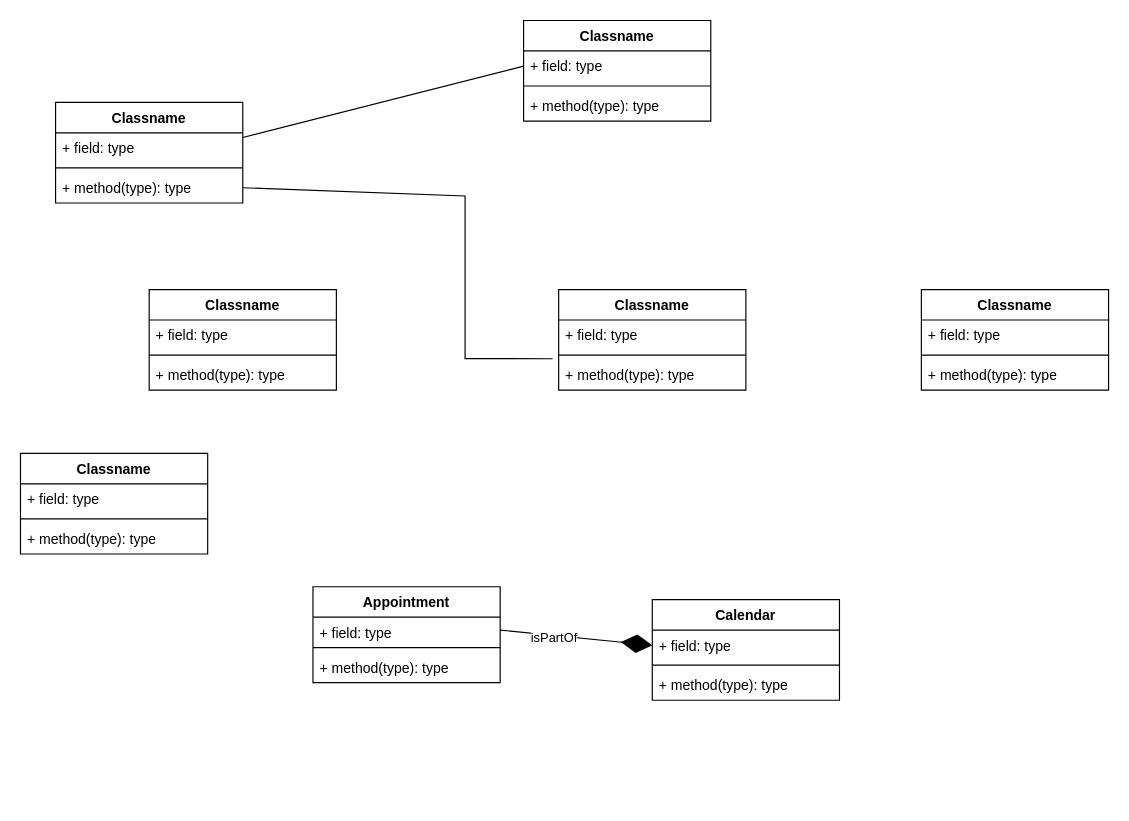
kkdotpy/Case-Diagram-IS3430 keeps this draw.io diagram as Tut-8.drawio. Above is the earlier version. Source tidied: cells renumbered, new cells numbered last; positions are measured from the earlier drawing's top-left corner, leaving out a move shared by most shapes. Both pictures are drawn from the tidied source at 117%, with x=0, y=0 at pixel (20, 20).
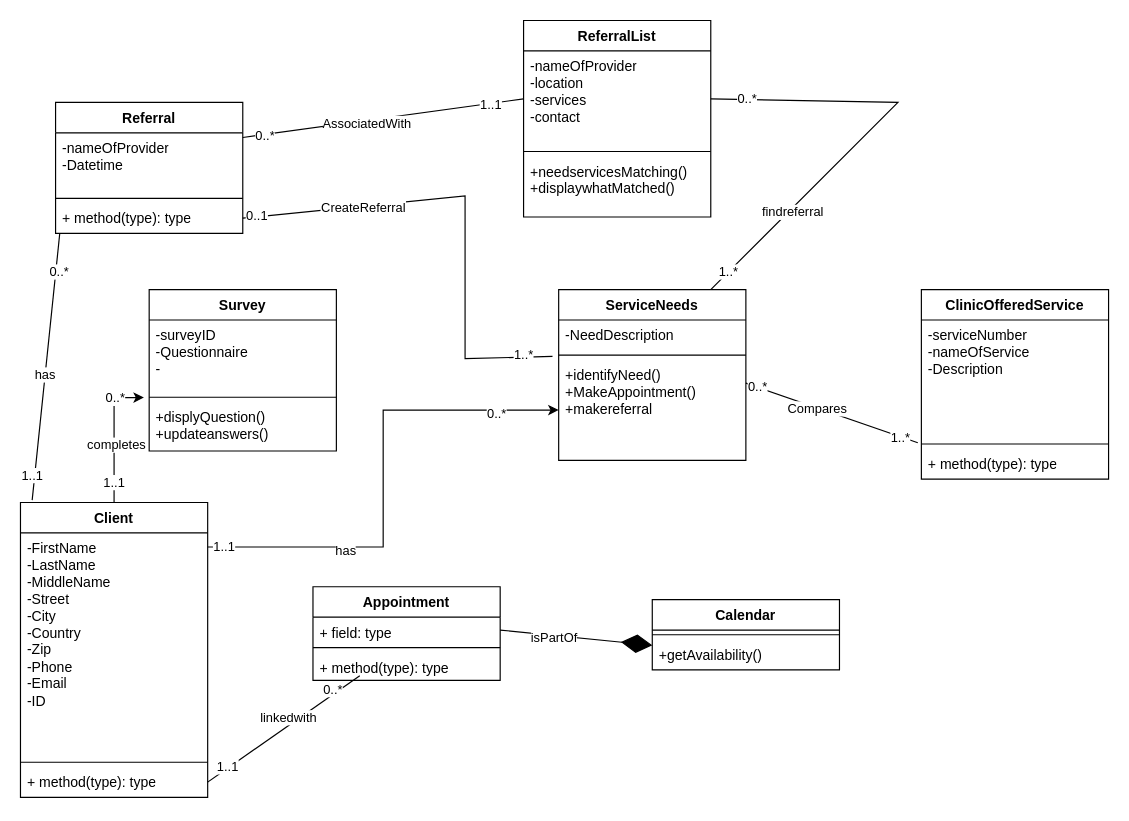
After the change.

The change refers to these unchanged cells:
```xml
<mxCell id="15" value="+ field: type" style="text;strokeColor=none;fillColor=none;align=left;verticalAlign=top;spacingLeft=4;spacingRight=4;overflow=hidden;points=[[0,0.5],[1,0.5]];portConstraint=eastwest;whiteSpace=wrap;html=1;" parent="14" vertex="1">
  <mxGeometry y="26" width="160" height="22" as="geometry" />
</mxCell>
<mxCell id="34" style="endArrow=none;html=1;rounded=0;entryX=0;entryY=0.5;entryDx=0;entryDy=0;" parent="1" edge="1" target="27">
  <mxGeometry relative="1" as="geometry">
    <mxPoint x="190" y="100" as="sourcePoint" />
  </mxGeometry>
</mxCell>
<mxCell id="35" style="endArrow=none;html=1;rounded=0;exitX=1;exitY=0.5;exitDx=0;exitDy=0;entryX=-0.033;entryY=-0.033;entryDx=0;entryDy=0;entryPerimeter=0;" parent="1" edge="1" source="5" target="21">
  <mxGeometry relative="1" as="geometry">
    <Array as="points">
      <mxPoint x="380" y="150" />
      <mxPoint x="380" y="289" />
    </Array>
  </mxGeometry>
</mxCell>
```

Diff of the diagram source:
```diff
@@
-    <mxCell id="2" value="Classname" style="swimlane;fontStyle=1;align=center;verticalAlign=top;horizontal=1;startSize=26;whiteSpace=wrap;html=1;" parent="1" vertex="1">
-      <mxGeometry x="30" y="70" width="160" height="86" as="geometry" />
+    <mxCell id="2" value="Referral" style="swimlane;fontStyle=1;align=center;verticalAlign=top;horizontal=1;startSize=26;whiteSpace=wrap;html=1;" parent="1" vertex="1">
+      <mxGeometry x="30" y="70" width="160" height="112" as="geometry" />
     </mxCell>
-    <mxCell id="3" value="+ field: type" style="text;strokeColor=none;fillColor=none;align=left;verticalAlign=top;spacingLeft=4;spacingRight=4;overflow=hidden;whiteSpace=wrap;html=1;" parent="2" vertex="1">
-      <mxGeometry y="26" width="160" height="26" as="geometry" />
+    <mxCell id="3" value="-nameOfProvider&lt;div&gt;-Datetime&lt;/div&gt;" style="text;strokeColor=none;fillColor=none;align=left;verticalAlign=top;spacingLeft=4;spacingRight=4;overflow=hidden;whiteSpace=wrap;html=1;" parent="2" vertex="1">
+      <mxGeometry y="26" width="160" height="52" as="geometry" />
     </mxCell>
     <mxCell id="4" style="line;strokeWidth=1;fillColor=none;align=left;verticalAlign=middle;spacingTop=-1;spacingLeft=3;spacingRight=3;labelPosition=right;strokeColor=inherit;" parent="2" vertex="1">
-      <mxGeometry y="52" width="160" height="8" as="geometry" />
+      <mxGeometry y="78" width="160" height="8" as="geometry" />
     </mxCell>
     <mxCell id="5" value="+ method(type): type" style="text;strokeColor=none;fillColor=none;align=left;verticalAlign=top;spacingLeft=4;spacingRight=4;overflow=hidden;points=[[0,0.5],[1,0.5]];portConstraint=eastwest;whiteSpace=wrap;html=1;" parent="2" vertex="1">
-      <mxGeometry y="60" width="160" height="26" as="geometry" />
+      <mxGeometry y="86" width="160" height="26" as="geometry" />
     </mxCell>
-    <mxCell id="6" value="Classname" style="swimlane;fontStyle=1;align=center;verticalAlign=top;horizontal=1;startSize=26;whiteSpace=wrap;html=1;" parent="1" vertex="1">
-      <mxGeometry x="110" y="230" width="160" height="86" as="geometry" />
+    <mxCell id="6" value="Survey" style="swimlane;fontStyle=1;align=center;verticalAlign=top;horizontal=1;startSize=26;whiteSpace=wrap;html=1;" parent="1" vertex="1">
+      <mxGeometry x="110" y="230" width="160" height="138" as="geometry" />
     </mxCell>
-    <mxCell id="7" value="+ field: type" style="text;strokeColor=none;fillColor=none;align=left;verticalAlign=top;spacingLeft=4;spacingRight=4;overflow=hidden;whiteSpace=wrap;html=1;" parent="6" vertex="1">
-      <mxGeometry y="26" width="160" height="26" as="geometry" />
+    <mxCell id="7" value="-surveyID&lt;div&gt;-Questionnaire&lt;/div&gt;&lt;div&gt;-&lt;/div&gt;" style="text;strokeColor=none;fillColor=none;align=left;verticalAlign=top;spacingLeft=4;spacingRight=4;overflow=hidden;whiteSpace=wrap;html=1;" parent="6" vertex="1">
+      <mxGeometry y="26" width="160" height="62" as="geometry" />
     </mxCell>
     <mxCell id="8" style="line;strokeWidth=1;fillColor=none;align=left;verticalAlign=middle;spacingTop=-1;spacingLeft=3;spacingRight=3;labelPosition=right;strokeColor=inherit;" parent="6" vertex="1">
-      <mxGeometry y="52" width="160" height="8" as="geometry" />
+      <mxGeometry y="88" width="160" height="8" as="geometry" />
     </mxCell>
-    <mxCell id="9" value="+ method(type): type" style="text;strokeColor=none;fillColor=none;align=left;verticalAlign=top;spacingLeft=4;spacingRight=4;overflow=hidden;points=[[0,0.5],[1,0.5]];portConstraint=eastwest;whiteSpace=wrap;html=1;" parent="6" vertex="1">
-      <mxGeometry y="60" width="160" height="26" as="geometry" />
+    <mxCell id="9" value="+displyQuestion()&lt;div&gt;+updateanswers()&lt;/div&gt;" style="text;strokeColor=none;fillColor=none;align=left;verticalAlign=top;spacingLeft=4;spacingRight=4;overflow=hidden;points=[[0,0.5],[1,0.5]];portConstraint=eastwest;whiteSpace=wrap;html=1;" parent="6" vertex="1">
+      <mxGeometry y="96" width="160" height="42" as="geometry" />
     </mxCell>
-    <mxCell id="10" value="Classname" style="swimlane;fontStyle=1;align=center;verticalAlign=top;horizontal=1;startSize=26;whiteSpace=wrap;html=1;" parent="1" vertex="1">
-      <mxGeometry y="370" width="160" height="86" as="geometry" />
+    <mxCell id="10" value="Client" style="swimlane;fontStyle=1;align=center;verticalAlign=top;horizontal=1;startSize=26;whiteSpace=wrap;html=1;" parent="1" vertex="1">
+      <mxGeometry y="412" width="160" height="252" as="geometry" />
     </mxCell>
-    <mxCell id="11" value="+ field: type" style="text;strokeColor=none;fillColor=none;align=left;verticalAlign=top;spacingLeft=4;spacingRight=4;overflow=hidden;points=[[0,0.5],[1,0.5]];portConstraint=eastwest;whiteSpace=wrap;html=1;" parent="10" vertex="1">
-      <mxGeometry y="26" width="160" height="26" as="geometry" />
+    <mxCell id="11" value="-FirstName&lt;div&gt;-LastName&lt;/div&gt;&lt;div&gt;-MiddleName&lt;/div&gt;&lt;div&gt;-Street&lt;/div&gt;&lt;div&gt;-City&lt;/div&gt;&lt;div&gt;-Country&lt;/div&gt;&lt;div&gt;-Zip&lt;/div&gt;&lt;div&gt;-Phone&lt;/div&gt;&lt;div&gt;-Email&lt;/div&gt;&lt;div&gt;-ID&lt;/div&gt;" style="text;strokeColor=none;fillColor=none;align=left;verticalAlign=top;spacingLeft=4;spacingRight=4;overflow=hidden;points=[[0,0.5],[1,0.5]];portConstraint=eastwest;whiteSpace=wrap;html=1;" parent="10" vertex="1">
+      <mxGeometry y="26" width="160" height="192" as="geometry" />
     </mxCell>
     <mxCell id="12" style="line;strokeWidth=1;fillColor=none;align=left;verticalAlign=middle;spacingTop=-1;spacingLeft=3;spacingRight=3;labelPosition=right;strokeColor=inherit;" parent="10" vertex="1">
-      <mxGeometry y="52" width="160" height="8" as="geometry" />
+      <mxGeometry y="218" width="160" height="8" as="geometry" />
     </mxCell>
     <mxCell id="13" value="+ method(type): type" style="text;strokeColor=none;fillColor=none;align=left;verticalAlign=top;spacingLeft=4;spacingRight=4;overflow=hidden;points=[[0,0.5],[1,0.5]];portConstraint=eastwest;whiteSpace=wrap;html=1;" parent="10" vertex="1">
-      <mxGeometry y="60" width="160" height="26" as="geometry" />
+      <mxGeometry y="226" width="160" height="26" as="geometry" />
     </mxCell>
     <mxCell id="14" value="Appointment" style="swimlane;fontStyle=1;align=center;verticalAlign=top;horizontal=1;startSize=26;whiteSpace=wrap;html=1;" parent="1" vertex="1">
-      <mxGeometry x="250" y="484" width="160" height="82" as="geometry" />
+      <mxGeometry x="250" y="484" width="160" height="80" as="geometry" />
     </mxCell>
@@
     <mxCell id="17" value="+ method(type): type" style="text;strokeColor=none;fillColor=none;align=left;verticalAlign=top;spacingLeft=4;spacingRight=4;overflow=hidden;whiteSpace=wrap;html=1;" parent="14" vertex="1">
-      <mxGeometry y="56" width="160" height="26" as="geometry" />
+      <mxGeometry y="56" width="160" height="24" as="geometry" />
     </mxCell>
-    <mxCell id="18" value="Classname" style="swimlane;fontStyle=1;align=center;verticalAlign=top;horizontal=1;startSize=26;whiteSpace=wrap;html=1;" parent="1" vertex="1">
-      <mxGeometry x="460" y="230" width="160" height="86" as="geometry" />
+    <mxCell id="18" value="ServiceNeeds" style="swimlane;fontStyle=1;align=center;verticalAlign=top;horizontal=1;startSize=26;whiteSpace=wrap;html=1;" parent="1" vertex="1">
+      <mxGeometry x="460" y="230" width="160" height="146" as="geometry" />
     </mxCell>
-    <mxCell id="19" value="+ field: type" style="text;strokeColor=none;fillColor=none;align=left;verticalAlign=top;spacingLeft=4;spacingRight=4;overflow=hidden;whiteSpace=wrap;html=1;" parent="18" vertex="1">
+    <mxCell id="19" value="-NeedDescription" style="text;strokeColor=none;fillColor=none;align=left;verticalAlign=top;spacingLeft=4;spacingRight=4;overflow=hidden;whiteSpace=wrap;html=1;" parent="18" vertex="1">
       <mxGeometry y="26" width="160" height="26" as="geometry" />
     </mxCell>
@@
-    <mxCell id="21" value="+ method(type): type" style="text;strokeColor=none;fillColor=none;align=left;verticalAlign=top;spacingLeft=4;spacingRight=4;overflow=hidden;points=[[0,0.5],[1,0.5]];portConstraint=eastwest;whiteSpace=wrap;html=1;" parent="18" vertex="1">
-      <mxGeometry y="60" width="160" height="26" as="geometry" />
+    <mxCell id="21" value="+identifyNeed()&lt;div&gt;+MakeAppointment()&lt;/div&gt;&lt;div&gt;+makereferral&lt;/div&gt;" style="text;strokeColor=none;fillColor=none;align=left;verticalAlign=top;spacingLeft=4;spacingRight=4;overflow=hidden;points=[[0,0.5],[1,0.5]];portConstraint=eastwest;whiteSpace=wrap;html=1;" parent="18" vertex="1">
+      <mxGeometry y="60" width="160" height="86" as="geometry" />
     </mxCell>
-    <mxCell id="22" value="Classname" style="swimlane;fontStyle=1;align=center;verticalAlign=top;horizontal=1;startSize=26;whiteSpace=wrap;html=1;" parent="1" vertex="1">
-      <mxGeometry x="770" y="230" width="160" height="86" as="geometry" />
+    <mxCell id="22" value="ClinicOfferedService" style="swimlane;fontStyle=1;align=center;verticalAlign=top;horizontal=1;startSize=26;whiteSpace=wrap;html=1;" parent="1" vertex="1">
+      <mxGeometry x="770" y="230" width="160" height="162" as="geometry" />
     </mxCell>
-    <mxCell id="23" value="+ field: type" style="text;strokeColor=none;fillColor=none;align=left;verticalAlign=top;spacingLeft=4;spacingRight=4;overflow=hidden;whiteSpace=wrap;html=1;" parent="22" vertex="1">
-      <mxGeometry y="26" width="160" height="26" as="geometry" />
+    <mxCell id="23" value="-serviceNumber&lt;div&gt;-nameOfService&lt;/div&gt;&lt;div&gt;-Description&lt;/div&gt;" style="text;strokeColor=none;fillColor=none;align=left;verticalAlign=top;spacingLeft=4;spacingRight=4;overflow=hidden;whiteSpace=wrap;html=1;" parent="22" vertex="1">
+      <mxGeometry y="26" width="160" height="102" as="geometry" />
     </mxCell>
     <mxCell id="24" style="line;strokeWidth=1;fillColor=none;align=left;verticalAlign=middle;spacingTop=-1;spacingLeft=3;spacingRight=3;labelPosition=right;strokeColor=inherit;" parent="22" vertex="1">
-      <mxGeometry y="52" width="160" height="8" as="geometry" />
+      <mxGeometry y="128" width="160" height="8" as="geometry" />
     </mxCell>
     <mxCell id="25" value="+ method(type): type" style="text;strokeColor=none;fillColor=none;align=left;verticalAlign=top;spacingLeft=4;spacingRight=4;overflow=hidden;points=[[0,0.5],[1,0.5]];portConstraint=eastwest;whiteSpace=wrap;html=1;" parent="22" vertex="1">
-      <mxGeometry y="60" width="160" height="26" as="geometry" />
+      <mxGeometry y="136" width="160" height="26" as="geometry" />
     </mxCell>
-    <mxCell id="26" value="Classname" style="swimlane;fontStyle=1;align=center;verticalAlign=top;horizontal=1;startSize=26;whiteSpace=wrap;html=1;" parent="1" vertex="1">
-      <mxGeometry x="430" width="160" height="86" as="geometry" />
+    <mxCell id="26" value="ReferralList" style="swimlane;fontStyle=1;align=center;verticalAlign=top;horizontal=1;startSize=26;whiteSpace=wrap;html=1;" parent="1" vertex="1">
+      <mxGeometry x="430" width="160" height="168" as="geometry" />
     </mxCell>
-    <mxCell id="27" value="+ field: type" style="text;strokeColor=none;fillColor=none;align=left;verticalAlign=top;spacingLeft=4;spacingRight=4;overflow=hidden;points=[[0,0.5],[1,0.5]];portConstraint=eastwest;whiteSpace=wrap;html=1;" parent="26" vertex="1">
-      <mxGeometry y="26" width="160" height="26" as="geometry" />
+    <mxCell id="27" value="-nameOfProvider&lt;div&gt;-location&lt;/div&gt;&lt;div&gt;-services&lt;/div&gt;&lt;div&gt;-contact&lt;/div&gt;" style="text;strokeColor=none;fillColor=none;align=left;verticalAlign=top;spacingLeft=4;spacingRight=4;overflow=hidden;points=[[0,0.5],[1,0.5]];portConstraint=eastwest;whiteSpace=wrap;html=1;" parent="26" vertex="1">
+      <mxGeometry y="26" width="160" height="82" as="geometry" />
     </mxCell>
     <mxCell id="28" style="line;strokeWidth=1;fillColor=none;align=left;verticalAlign=middle;spacingTop=-1;spacingLeft=3;spacingRight=3;labelPosition=right;strokeColor=inherit;" parent="26" vertex="1">
-      <mxGeometry y="52" width="160" height="8" as="geometry" />
+      <mxGeometry y="108" width="160" height="8" as="geometry" />
     </mxCell>
-    <mxCell id="29" value="+ method(type): type" style="text;strokeColor=none;fillColor=none;align=left;verticalAlign=top;spacingLeft=4;spacingRight=4;overflow=hidden;whiteSpace=wrap;html=1;" parent="26" vertex="1">
-      <mxGeometry y="60" width="160" height="26" as="geometry" />
+    <mxCell id="29" value="+needservicesMatching()&lt;div&gt;+displaywhatMatched()&lt;/div&gt;" style="text;strokeColor=none;fillColor=none;align=left;verticalAlign=top;spacingLeft=4;spacingRight=4;overflow=hidden;whiteSpace=wrap;html=1;" parent="26" vertex="1">
+      <mxGeometry y="116" width="160" height="52" as="geometry" />
     </mxCell>
     <mxCell id="30" value="Calendar" style="swimlane;fontStyle=1;align=center;verticalAlign=top;horizontal=1;startSize=26;whiteSpace=wrap;html=1;" parent="1" vertex="1">
-      <mxGeometry x="540" y="495" width="160" height="86" as="geometry" />
+      <mxGeometry x="540" y="495" width="160" height="60" as="geometry" />
     </mxCell>
-    <mxCell id="31" value="+ field: type" style="text;strokeColor=none;fillColor=none;align=left;verticalAlign=top;spacingLeft=4;spacingRight=4;overflow=hidden;points=[[0,0.5],[1,0.5]];portConstraint=eastwest;whiteSpace=wrap;html=1;" parent="30" vertex="1">
-      <mxGeometry y="26" width="160" height="26" as="geometry" />
-    </mxCell>
     <mxCell id="32" style="line;strokeWidth=1;fillColor=none;align=left;verticalAlign=middle;spacingTop=-1;spacingLeft=3;spacingRight=3;labelPosition=right;strokeColor=inherit;" parent="30" vertex="1">
-      <mxGeometry y="52" width="160" height="8" as="geometry" />
+      <mxGeometry y="26" width="160" height="8" as="geometry" />
     </mxCell>
-    <mxCell id="33" value="+ method(type): type" style="text;strokeColor=none;fillColor=none;align=left;verticalAlign=top;spacingLeft=4;spacingRight=4;overflow=hidden;whiteSpace=wrap;html=1;" parent="30" vertex="1">
-      <mxGeometry y="60" width="160" height="26" as="geometry" />
+    <mxCell id="33" value="+getAvailability()" style="text;strokeColor=none;fillColor=none;align=left;verticalAlign=top;spacingLeft=4;spacingRight=4;overflow=hidden;whiteSpace=wrap;html=1;" parent="30" vertex="1">
+      <mxGeometry y="34" width="160" height="26" as="geometry" />
     </mxCell>
@@
+    <mxCell id="38" value="AssociatedWith" style="edgeLabel;html=1;align=center;verticalAlign=middle;" parent="34" vertex="1">
+      <mxGeometry x="-0.12" y="-2" relative="1" as="geometry">
+        <mxPoint x="-1" as="offset" />
+      </mxGeometry>
+    </mxCell>
+    <mxCell id="39" value="0..*" style="edgeLabel;html=1;align=center;verticalAlign=middle;" parent="34" vertex="1">
+      <mxGeometry x="-0.84" y="-1" relative="1" as="geometry" />
+    </mxCell>
+    <mxCell id="40" value="1..1" style="edgeLabel;html=1;align=center;verticalAlign=middle;" parent="34" vertex="1">
+      <mxGeometry x="0.76" y="-1" relative="1" as="geometry" />
+    </mxCell>
@@
+    <mxCell id="41" value="CreateReferral" style="edgeLabel;html=1;align=center;verticalAlign=middle;" parent="35" vertex="1">
+      <mxGeometry x="-0.49" y="-1" relative="1" as="geometry" />
+    </mxCell>
+    <mxCell id="42" value="0..1" style="edgeLabel;html=1;align=center;verticalAlign=middle;" parent="35" vertex="1">
+      <mxGeometry x="-0.94" y="1" relative="1" as="geometry" />
+    </mxCell>
+    <mxCell id="43" value="1..*" style="edgeLabel;html=1;align=center;verticalAlign=middle;" parent="35" vertex="1">
+      <mxGeometry x="0.88" y="2" relative="1" as="geometry" />
+    </mxCell>
-    <mxCell id="36" style="endArrow=diamondThin;endFill=1;endSize=24;html=1;rounded=0;entryX=0;entryY=0.5;entryDx=0;entryDy=0;exitX=1;exitY=0.5;exitDx=0;exitDy=0;" parent="1" edge="1" source="15" target="31">
-      <mxGeometry relative="1" as="geometry" />
+    <mxCell id="36" style="endArrow=diamondThin;endFill=1;endSize=24;html=1;rounded=0;entryX=0;entryY=0.5;entryDx=0;entryDy=0;exitX=1;exitY=0.5;exitDx=0;exitDy=0;" parent="1" edge="1" source="15">
+      <mxGeometry relative="1" as="geometry">
+        <mxPoint x="540" y="534" as="targetPoint" />
+      </mxGeometry>
     </mxCell>
@@
+    <mxCell id="44" style="endArrow=none;html=1;rounded=0;entryX=-0.019;entryY=-0.194;entryDx=0;entryDy=0;entryPerimeter=0;" parent="1" edge="1" target="25">
+      <mxGeometry relative="1" as="geometry">
+        <mxPoint x="620" y="310" as="sourcePoint" />
+      </mxGeometry>
+    </mxCell>
+    <mxCell id="45" value="Compares" style="edgeLabel;html=1;align=center;verticalAlign=middle;" parent="44" vertex="1">
+      <mxGeometry x="-0.18" y="-1" relative="1" as="geometry" />
+    </mxCell>
+    <mxCell id="46" value="0..*" style="edgeLabel;html=1;align=center;verticalAlign=middle;" parent="44" vertex="1">
+      <mxGeometry x="-0.87" y="1" relative="1" as="geometry" />
+    </mxCell>
+    <mxCell id="47" value="1..*" style="edgeLabel;html=1;align=center;verticalAlign=middle;" parent="44" vertex="1">
+      <mxGeometry x="0.79" y="-1" relative="1" as="geometry" />
+    </mxCell>
+    <mxCell id="48" style="edgeStyle=orthogonalEdgeStyle;rounded=0;jettySize=auto;html=1;entryX=-0.028;entryY=-0.088;entryDx=0;entryDy=0;entryPerimeter=0;" parent="1" edge="1" source="10" target="9">
+      <mxGeometry relative="1" as="geometry" />
+    </mxCell>
+    <mxCell id="49" value="completes" style="edgeLabel;html=1;align=center;verticalAlign=middle;" parent="48" vertex="1">
+      <mxGeometry x="-0.14" y="-1" relative="1" as="geometry" />
+    </mxCell>
+    <mxCell id="50" value="0..*" style="edgeLabel;html=1;align=center;verticalAlign=middle;" parent="48" vertex="1">
+      <mxGeometry x="0.56" relative="1" as="geometry" />
+    </mxCell>
+    <mxCell id="51" value="1..1" style="edgeLabel;html=1;align=center;verticalAlign=middle;" parent="48" vertex="1">
+      <mxGeometry x="-0.68" y="1" relative="1" as="geometry" />
+    </mxCell>
+    <mxCell id="52" style="edgeStyle=orthogonalEdgeStyle;rounded=0;jettySize=auto;html=1;" parent="1" edge="1" source="11" target="21">
+      <mxGeometry relative="1" as="geometry">
+        <Array as="points">
+          <mxPoint x="310" y="450" />
+          <mxPoint x="310" y="333" />
+        </Array>
+      </mxGeometry>
+    </mxCell>
+    <mxCell id="53" value="has" style="edgeLabel;html=1;align=center;verticalAlign=middle;" parent="52" vertex="1">
+      <mxGeometry x="-0.44" y="-2" relative="1" as="geometry" />
+    </mxCell>
+    <mxCell id="54" value="1..1" style="edgeLabel;html=1;align=center;verticalAlign=middle;" parent="52" vertex="1">
+      <mxGeometry x="-0.94" y="1" relative="1" as="geometry" />
+    </mxCell>
+    <mxCell id="55" value="0..*" style="edgeLabel;html=1;align=center;verticalAlign=middle;" parent="52" vertex="1">
+      <mxGeometry x="0.74" y="-2" relative="1" as="geometry" />
+    </mxCell>
+    <mxCell id="56" style="endArrow=none;html=1;rounded=0;entryX=0.022;entryY=1.021;entryDx=0;entryDy=0;entryPerimeter=0;" parent="1" edge="1" target="5">
+      <mxGeometry relative="1" as="geometry">
+        <mxPoint x="10" y="410" as="sourcePoint" />
+      </mxGeometry>
+    </mxCell>
+    <mxCell id="57" value="0..*" style="edgeLabel;html=1;align=center;verticalAlign=middle;" parent="56" vertex="1">
+      <mxGeometry x="0.72" y="-2" relative="1" as="geometry" />
+    </mxCell>
+    <mxCell id="58" value="1..1" style="edgeLabel;html=1;align=center;verticalAlign=middle;" parent="56" vertex="1">
+      <mxGeometry x="-0.82" y="3" relative="1" as="geometry" />
+    </mxCell>
+    <mxCell id="59" value="has" style="edgeLabel;html=1;align=center;verticalAlign=middle;" parent="56" vertex="1">
+      <mxGeometry x="-0.05" y="1" relative="1" as="geometry">
+        <mxPoint y="1" as="offset" />
+      </mxGeometry>
+    </mxCell>
+    <mxCell id="60" style="endArrow=none;html=1;rounded=0;exitX=1;exitY=0.5;exitDx=0;exitDy=0;" parent="1" edge="1" source="13">
+      <mxGeometry relative="1" as="geometry">
+        <mxPoint x="290" y="560" as="targetPoint" />
+      </mxGeometry>
+    </mxCell>
+    <mxCell id="61" value="linkedwith" style="edgeLabel;html=1;align=center;verticalAlign=middle;" parent="60" vertex="1">
+      <mxGeometry x="0.11" y="6" relative="1" as="geometry" />
+    </mxCell>
+    <mxCell id="62" value="1..1" style="edgeLabel;html=1;align=center;verticalAlign=middle;" parent="60" vertex="1">
+      <mxGeometry x="-0.73" y="2" relative="1" as="geometry" />
+    </mxCell>
+    <mxCell id="63" value="0..*" style="edgeLabel;html=1;align=center;verticalAlign=middle;" parent="60" vertex="1">
+      <mxGeometry x="0.68" y="4" relative="1" as="geometry" />
+    </mxCell>
+    <mxCell id="64" style="endArrow=none;html=1;rounded=0;entryX=1;entryY=0.5;entryDx=0;entryDy=0;" parent="1" edge="1" target="27">
+      <mxGeometry relative="1" as="geometry">
+        <mxPoint x="590" y="230" as="sourcePoint" />
+        <Array as="points">
+          <mxPoint x="750" y="70" />
+        </Array>
+      </mxGeometry>
+    </mxCell>
+    <mxCell id="65" value="findreferral" style="edgeLabel;html=1;align=center;verticalAlign=middle;" parent="64" vertex="1">
+      <mxGeometry x="-0.51" y="-3" relative="1" as="geometry">
+        <mxPoint y="-1" as="offset" />
+      </mxGeometry>
+    </mxCell>
+    <mxCell id="66" value="1..*" style="edgeLabel;html=1;align=center;verticalAlign=middle;" parent="64" vertex="1">
+      <mxGeometry x="-0.89" y="1" relative="1" as="geometry" />
+    </mxCell>
+    <mxCell id="67" value="0..*" style="edgeLabel;html=1;align=center;verticalAlign=middle;" parent="64" vertex="1">
+      <mxGeometry x="0.84" y="-1" relative="1" as="geometry">
+        <mxPoint x="-1" as="offset" />
+      </mxGeometry>
+    </mxCell>
```
